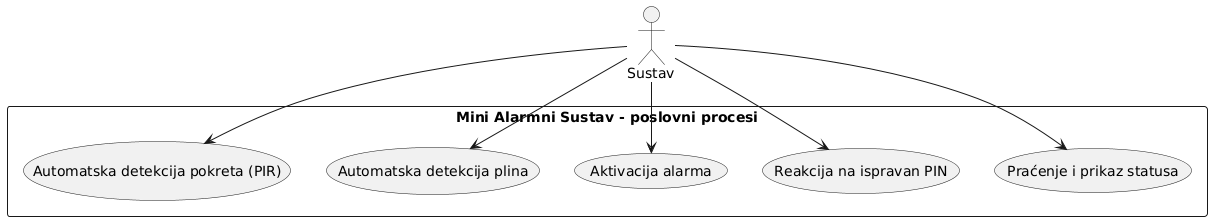
Earlier version of the PlantUML export dijagrami_kodovi/Dijagram obrazaca uporabe za osnovne poslovne procese.png (msrajbek-maker/RUS--Mini-alarmni-sustav).
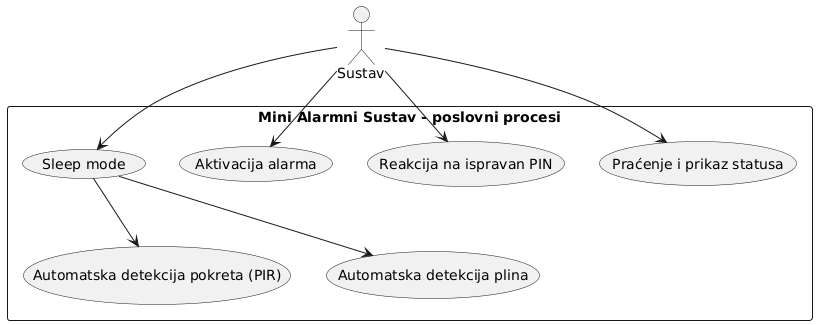
Later version of the same file.

Commit message:
RUS--Mini alarmni sustav

Change to the diagram source:
```diff
@@ -2,6 +2,7 @@
 actor Sustav
 
 rectangle "Mini Alarmni Sustav - poslovni procesi" {
+  usecase "Sleep mode"
   usecase "Automatska detekcija pokreta (PIR)"
   usecase "Automatska detekcija plina"
   usecase "Aktivacija alarma"
@@ -9,8 +10,9 @@
   usecase "Praćenje i prikaz statusa"
 }
 
-Sustav --> "Automatska detekcija pokreta (PIR)"
-Sustav --> "Automatska detekcija plina"
+Sustav --> "Sleep mode"
+"Sleep mode" --> "Automatska detekcija pokreta (PIR)"
+"Sleep mode" --> "Automatska detekcija plina"
 Sustav --> "Aktivacija alarma"
 Sustav --> "Reakcija na ispravan PIN"
 Sustav --> "Praćenje i prikaz statusa"
```
